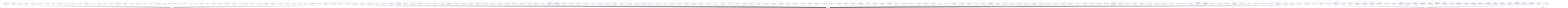
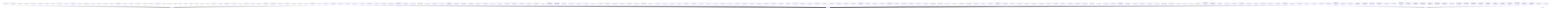
flowchart TD
  agent_active_mission_packet_90910b7ce0["agent: Active Mission Packet"] -->|documents| module_agents_703799f003["module: .agents"]
  agent_adopt_template_into_existing_project_9ddfafa2f9["agent: Adopt Template Into Existing Project"] -->|documents| module_agents_703799f003["module: .agents"]
  agent_agent_checklists_db27c98cf6["agent: Agent Checklists"] -->|documents| module_agents_703799f003["module: .agents"]
  agent_agent_hierarchy_2922333a24["agent: Agent Hierarchy"] -->|documents| module_agents_703799f003["module: .agents"]
  agent_agent_operating_system_55bf1c725a["agent: Agent Operating System"] -->|documents| module_agents_703799f003["module: .agents"]
  agent_agent_process_evals_733443a73f["agent: Agent Process Evals"] -->|documents| module_agents_703799f003["module: .agents"]
  agent_agent_reports_72c29de6c8["agent: Agent Reports"] -->|documents| module_agents_703799f003["module: .agents"]
  agent_agent_tasks_dd753616e7["agent: Agent Tasks"] -->|documents| module_agents_703799f003["module: .agents"]
  agent_anti_regression_system_c99df5ca5f["agent: Anti-Regression System"] -->|documents| module_agents_703799f003["module: .agents"]
  agent_backend_builder_67e359c884["agent: backend-builder"] -->|documents| module_agents_703799f003["module: .agents"]
  agent_capture_agent_learnings_1db5f932ee["agent: Capture Agent Learnings"] -->|documents| module_agents_703799f003["module: .agents"]
  agent_code_reviewer_c3d1ec54fa["agent: code-reviewer"] -->|documents| module_agents_703799f003["module: .agents"]
  agent_codex_power_use_workflow_e35e261319["agent: Codex Power Use Workflow"] -->|documents| module_agents_703799f003["module: .agents"]
  agent_current_focus_d7426a0788["agent: Current Focus"] -->|documents| module_agents_703799f003["module: .agents"]
  agent_db_migrations_8412462f48["agent: db-migrations"] -->|documents| module_agents_703799f003["module: .agents"]
  agent_decision_register_64471059cc["agent: Decision Register"] -->|documents| module_agents_703799f003["module: .agents"]
  agent_delivery_map_31184c63a9["agent: Delivery Map"] -->|documents| module_agents_703799f003["module: .agents"]
  agent_documentation_governance_workflow_5d42f7cf6d["agent: Documentation Governance Workflow"] -->|documents| module_agents_703799f003["module: .agents"]
  agent_execution_loop_d3a950191f["agent: Execution Loop"] -->|documents| module_agents_703799f003["module: .agents"]
  agent_frontend_builder_4877ab146a["agent: frontend-builder"] -->|documents| module_agents_703799f003["module: .agents"]
  agent_general_workspace_rules_fd70611997["agent: General Workspace Rules"] -->|documents| module_agents_703799f003["module: .agents"]
  agent_known_issues_c1bb1f627a["agent: Known Issues"] -->|documents| module_agents_703799f003["module: .agents"]
  agent_mission_control_ba3faa3760["agent: Mission Control"] -->|documents| module_agents_703799f003["module: .agents"]
  agent_module_confidence_ledger_37979932f1["agent: Module Confidence Ledger"] -->|documents| module_agents_703799f003["module: .agents"]
  agent_next_steps_de8f85e09f["agent: Next Steps"] -->|documents| module_agents_703799f003["module: .agents"]
  agent_ops_release_e460d409e0["agent: ops-release"] -->|documents| module_agents_703799f003["module: .agents"]
  agent_planner_d382717bd5["agent: planner"] -->|documents| module_agents_703799f003["module: .agents"]
  agent_procedure_21bf8ee82e["agent: Procedure"] -->|documents| module_agents_703799f003["module: .agents"]
  agent_procedure_75d06fe291["agent: Procedure"] -->|documents| module_agents_703799f003["module: .agents"]
  agent_procedure_9978f21e86["agent: Procedure"] -->|documents| module_agents_703799f003["module: .agents"]
  agent_procedure_ad2dd97170["agent: Procedure"] -->|documents| module_agents_703799f003["module: .agents"]
  agent_procedure_be70a21ee0["agent: Procedure"] -->|documents| module_agents_703799f003["module: .agents"]
  agent_procedure_f48c47c027["agent: Procedure"] -->|documents| module_agents_703799f003["module: .agents"]
  agent_product_delivery_system_fce835cd39["agent: Product Delivery System"] -->|documents| module_agents_703799f003["module: .agents"]
  agent_product_docs_5261cc5f87["agent: product-docs"] -->|documents| module_agents_703799f003["module: .agents"]
  agent_product_intake_and_decision_handshake_6d603155b8["agent: Product Intake And Decision Handshake"] -->|documents| module_agents_703799f003["module: .agents"]
  agent_project_memory_index_7835719b6a["agent: Project Memory Index"] -->|documents| module_agents_703799f003["module: .agents"]
  agent_qa_test_541adac345["agent: qa-test"] -->|documents| module_agents_703799f003["module: .agents"]
  agent_quality_attribute_scenarios_61d0ad5ccb["agent: Quality Attribute Scenarios"] -->|documents| module_agents_703799f003["module: .agents"]
  agent_quality_gates_884b22bbbc["agent: Quality Gates"] -->|documents| module_agents_703799f003["module: .agents"]
  agent_regression_log_d70c96d1c0["agent: Regression Log"] -->|documents| module_agents_703799f003["module: .agents"]
  agent_requirements_verification_matrix_e41e52ef6d["agent: Requirements Verification Matrix"] -->|documents| module_agents_703799f003["module: .agents"]
  agent_requirements_verification_system_c3130ec88a["agent: Requirements Verification System"] -->|documents| module_agents_703799f003["module: .agents"]
  agent_responsibility_lanes_4708049f99["agent: Responsibility Lanes"] -->|documents| module_agents_703799f003["module: .agents"]
  agent_responsibility_learning_ff40aac95c["agent: Responsibility Learning"] -->|documents| module_agents_703799f003["module: .agents"]
  agent_risk_register_db2f66a37d["agent: Risk Register"] -->|documents| module_agents_703799f003["module: .agents"]
  agent_security_auditor_5310513aee["agent: security-auditor"] -->|documents| module_agents_703799f003["module: .agents"]
  agent_skills_index_85edd232fa["agent: Skills Index"] -->|documents| module_agents_703799f003["module: .agents"]
  agent_subagent_orchestration_workflow_d90b97dded["agent: Subagent Orchestration Workflow"] -->|documents| module_agents_703799f003["module: .agents"]
  agent_system_health_61941ce1e0["agent: System Health"] -->|documents| module_agents_703799f003["module: .agents"]
  agent_user_collaboration_workflow_3d2112756f["agent: User Collaboration Workflow"] -->|documents| module_agents_703799f003["module: .agents"]
  agent_world_class_delivery_workflow_aca23ea4dc["agent: World-Class Delivery Workflow"] -->|documents| module_agents_703799f003["module: .agents"]
  document_01_overview_and_principles_64875f8804["document: 01 Overview and Principles"] -->|documents| module_docs_5ee73d9114["module: docs"]
  document_02_system_topology_3f239dded1["document: 02 System Topology"] -->|documents| module_docs_5ee73d9114["module: docs"]
  document_03_domain_model_5cb5bdbe43["document: 03 Domain Model"] -->|documents| module_docs_5ee73d9114["module: docs"]
  document_04_runtime_contexts_218bf82688["document: 04 Runtime Contexts"] -->|documents| module_docs_5ee73d9114["module: docs"]
  document_05_strategy_signal_and_decision_flow_7f10e0dc7a["document: 05 Strategy, Signal, and Decision Flow"] -->|documents| module_docs_5ee73d9114["module: docs"]
  document_06_execution_lifecycle_819096ac77["document: 06 Execution Lifecycle"] -->|documents| module_docs_5ee73d9114["module: docs"]
  document_07_modes_parity_and_data_3c478a8fd3["document: 07 Modes, Parity, and Data"] -->|documents| module_docs_5ee73d9114["module: docs"]
  document_08_operator_surfaces_and_routing_f862681bd3["document: 08 Operator Surfaces and Routing"] -->|documents| module_docs_5ee73d9114["module: docs"]
  document_09_integrations_deployment_and_runtime_services_065f38a548["document: 09 Integrations, Deployment, and Runtime Services"] -->|documents| module_docs_5ee73d9114["module: docs"]
  document_10_safety_entitlements_and_risk_4f433d7625["document: 10 Safety, Entitlements, and Risk"] -->|documents| module_docs_5ee73d9114["module: docs"]
  document_11_assistant_runtime_7867fd06c6["document: 11 Assistant Runtime"] -->|documents| module_docs_5ee73d9114["module: docs"]
  document_12_documentation_governance_e286f81888["document: 12 Documentation Governance"] -->|documents| module_docs_5ee73d9114["module: docs"]
  document_a11y_full_pass_closure_2026_04_17_ccfb106202["document: A11Y Full Pass Closure (2026-04-17)"] -->|documents| module_history_f00cce9db1["module: history"]
  document_accessibility_full_pass_plan_2026_04_17_bccb5341b1["document: Accessibility Full Pass Plan (2026-04-17)"] -->|documents| module_history_f00cce9db1["module: history"]
  document_admin_api_router_9337f9ffe5["document: Admin API router"] -->|documents| module_docs_5ee73d9114["module: docs"]
  document_admin_frontend_architecture_d88abff6d6["document: Admin Frontend Architecture"] -->|documents| module_docs_5ee73d9114["module: docs"]
  document_admin_root_redirect_0557fc8299["document: Admin root redirect"] -->|documents| module_docs_5ee73d9114["module: docs"]
  document_admin_subscription_plan_dto_schemas_9588be92d5["document: Admin subscription plan DTO schemas"] -->|documents| module_docs_5ee73d9114["module: docs"]
  document_admin_subscription_plans_controller_1d274a1685["document: Admin subscription plans controller"] -->|documents| module_docs_5ee73d9114["module: docs"]
  document_admin_subscription_plans_service_ee90288e32["document: Admin subscription plans service"] -->|documents| module_docs_5ee73d9114["module: docs"]
  document_admin_subscriptions_and_entitlements_audit_2026_05_19_2b0b5fe1b1["document: Admin, Subscriptions, And Entitlements Audit - 2026-05-19"] -->|documents| module_history_f00cce9db1["module: history"]
  document_admin_subscriptions_page_4d151f1d7c["document: Admin subscriptions page"] -->|documents| module_docs_5ee73d9114["module: docs"]
  document_admin_template_shell_plan_2026_04_03_4e1a74d13f["document: Admin Template Shell Plan (2026-04-03)"] -->|documents| module_history_f00cce9db1["module: history"]
  document_admin_users_controller_6004c80934["document: Admin users controller"] -->|documents| module_docs_5ee73d9114["module: docs"]
  document_admin_users_dto_schemas_2bf7b33719["document: Admin users DTO schemas"] -->|documents| module_docs_5ee73d9114["module: docs"]
  document_admin_users_page_e2902093ef["document: Admin users page"] -->|documents| module_docs_5ee73d9114["module: docs"]
  document_admin_users_service_f157bfcbfa["document: Admin users service"] -->|documents| module_docs_5ee73d9114["module: docs"]
  document_adminlayoutshell_21d505134f["document: AdminLayoutShell"] -->|documents| module_docs_5ee73d9114["module: docs"]
  document_adminsubscriptionspage_d3ed071c42["document: AdminSubscriptionsPage"] -->|documents| module_docs_5ee73d9114["module: docs"]
  document_adminuserspage_6ca2775777["document: AdminUsersPage"] -->|documents| module_docs_5ee73d9114["module: docs"]
  document_adr_000_decision_title_f9deac2164["document: ADR-000: Decision Title"] -->|documents| module_docs_5ee73d9114["module: docs"]
  document_adr_0001_agent_governance_baseline_b6167cc585["document: ADR 0001: Agent Governance Baseline"] -->|documents| module_docs_5ee73d9114["module: docs"]
  document_adr_index_9cc380abac["document: ADR Index"] -->|documents| module_docs_5ee73d9114["module: docs"]
  document_advanced_template_propagation_index_2026_05_25_535f7cf582["document: Advanced Template Propagation Index - 2026-05-25"] -->|documents| module_docs_5ee73d9114["module: docs"]
  document_agent_deployment_skill_template_reusable_prompt_contract_811ce84558["document: Agent Deployment Skill Template (Reusable Prompt Contract)"] -->|documents| module_docs_5ee73d9114["module: docs"]
  document_agent_operating_system_task_2026_05_07_64594425f6["document: Agent Operating System Task - 2026-05-07"] -->|documents| module_history_f00cce9db1["module: history"]
  document_agent_readiness_checklist_9b070f7ec3["document: Agent Readiness Checklist"] -->|documents| module_docs_5ee73d9114["module: docs"]
  document_agent_runtime_contract_20d2c9e6e9["document: Agent Runtime Contract"] -->|documents| module_docs_5ee73d9114["module: docs"]
  document_agent_setup_blueprint_md_497db3563e["document: agent-setup-blueprint.md"] -->|documents| module_docs_5ee73d9114["module: docs"]
  document_agent_system_primitives_3f54efee8e["document: Agent System Primitives"] -->|documents| module_docs_5ee73d9114["module: docs"]
  document_agent_work_map_3c853db5c0["document: Agent Work Map"] -->|documents| module_docs_5ee73d9114["module: docs"]
  document_agents_md_cryptosparrow_soar_49e527b45b["document: AGENTS.md - CryptoSparrow / Soar"] -->|documents| module_item_8c3b33c603["module: ."]
  document_ai_assistant_api_tests_b6a21f6cfe["document: AI Assistant API tests"] -->|documents| module_docs_5ee73d9114["module: docs"]
  document_ai_assistant_foundation_chain_000d294c92["document: AI Assistant foundation chain"] -->|documents| module_docs_5ee73d9114["module: docs"]
  document_ai_assistant_foundation_protocol_harness_task_866a939d44["document: AI Assistant Foundation Protocol Harness Task"] -->|documents| module_history_f00cce9db1["module: history"]
  document_ai_assistant_foundation_protocol_report_2026_05_23_42d5749f7c["document: AI Assistant Foundation Protocol Report - 2026-05-23"] -->|documents| module_history_f00cce9db1["module: history"]
  document_ai_assistant_foundation_workflow_11e43c3dd3["document: AI Assistant foundation workflow"] -->|documents| module_docs_5ee73d9114["module: docs"]
  document_ai_assistant_foundation_4191dd1012["document: AI Assistant foundation"] -->|documents| module_docs_5ee73d9114["module: docs"]
  document_ai_assistant_orchestrator_tests_d2fbcec552["document: AI Assistant orchestrator tests"] -->|documents| module_docs_5ee73d9114["module: docs"]
  document_ai_assistant_runtime_truth_audit_2026_05_19_fa9580a132["document: AI Assistant Runtime Truth Audit - 2026-05-19"] -->|documents| module_history_f00cce9db1["module: history"]
  document_ai_assistant_runtime_truth_audit_task_2026_05_19_b00f12d29c["document: AI Assistant Runtime Truth Audit Task - 2026-05-19"] -->|documents| module_history_f00cce9db1["module: history"]
  document_ai_assistant_web_tests_a7d56d999c["document: AI Assistant Web tests"] -->|documents| module_docs_5ee73d9114["module: docs"]
  document_ai_integration_product_documentation_41b9d1659d["document: AI integration product documentation"] -->|documents| module_docs_5ee73d9114["module: docs"]
  document_ai_integration_91c883f2a7["document: AI Integration"] -->|documents| module_docs_5ee73d9114["module: docs"]
  document_ai_protocol_harness_e9dac47515["document: AI protocol harness"] -->|documents| module_docs_5ee73d9114["module: docs"]
  document_ai_red_team_agent_eeb437098c["document: AI Red Team agent"] -->|documents| module_docs_5ee73d9114["module: docs"]
  document_ai_red_team_prompt_09558ed39e["document: AI Red Team prompt"] -->|documents| module_docs_5ee73d9114["module: docs"]
  document_ai_testing_protocol_68ee6072b3["document: AI testing protocol"] -->|documents| module_docs_5ee73d9114["module: docs"]
  document_ai_testing_protocol_c9d4ef1d3f["document: AI Testing Protocol"] -->|documents| module_item_8c3b33c603["module: ."]
  document_analysis_documentation_68113e4585["document: Analysis Documentation"] -->|documents| module_docs_5ee73d9114["module: docs"]
  document_api_admin_module_documentation_ce43456809["document: API admin module documentation"] -->|documents| module_docs_5ee73d9114["module: docs"]
  document_api_auth_cookie_tests_702c4ceee1["document: API auth cookie tests"] -->|documents| module_docs_5ee73d9114["module: docs"]
  document_api_auth_error_tests_3e7c29bf9c["document: API auth error tests"] -->|documents| module_docs_5ee73d9114["module: docs"]
  document_api_auth_jwt_tests_15be9e7668["document: API auth JWT tests"] -->|documents| module_docs_5ee73d9114["module: docs"]
  document_api_auth_module_doc_ab36b4b63f["document: API auth module doc"] -->|documents| module_docs_5ee73d9114["module: docs"]
  document_api_auth_service_tests_de6e993dc7["document: API auth service tests"] -->|documents| module_docs_5ee73d9114["module: docs"]
  document_api_auth_session_tests_e80adfa7f0["document: API auth session tests"] -->|documents| module_docs_5ee73d9114["module: docs"]
  document_api_backtests_module_documentation_be07ae0492["document: API backtests module documentation"] -->|documents| module_docs_5ee73d9114["module: docs"]
  document_api_bots_module_doc_c9b394c198["document: API bots module doc"] -->|documents| module_docs_5ee73d9114["module: docs"]
  document_api_config_safety_tests_1e7967010a["document: API config safety tests"] -->|documents| module_docs_5ee73d9114["module: docs"]
  document_api_deep_dive_admin_module_9d48a83d1e["document: API Deep-Dive: Admin Module"] -->|documents| module_docs_5ee73d9114["module: docs"]
  document_api_deep_dive_auth_module_9b6f76d897["document: API Deep-Dive: Auth Module"] -->|documents| module_docs_5ee73d9114["module: docs"]
  document_api_deep_dive_backtests_module_0a87980ceb["document: API Deep-Dive: Backtests Module"] -->|documents| module_docs_5ee73d9114["module: docs"]
  document_api_deep_dive_bots_module_db18a1a6ac["document: API Deep-Dive: Bots Module"] -->|documents| module_docs_5ee73d9114["module: docs"]
  document_api_deep_dive_engine_module_044d216990["document: API Deep-Dive: Engine Module"] -->|documents| module_docs_5ee73d9114["module: docs"]
  document_api_deep_dive_exchange_module_04666f128a["document: API Deep-Dive: Exchange Module"] -->|documents| module_docs_5ee73d9114["module: docs"]
  document_api_deep_dive_icons_module_8f1b79587e["document: API Deep-Dive: Icons Module"] -->|documents| module_docs_5ee73d9114["module: docs"]
  document_api_deep_dive_isolation_contract_module_d016e353ac["document: API Deep-Dive: Isolation Contract Module"] -->|documents| module_docs_5ee73d9114["module: docs"]
  document_api_deep_dive_logs_module_e56b4bd4db["document: API Deep-Dive: Logs Module"] -->|documents| module_docs_5ee73d9114["module: docs"]
  document_api_deep_dive_market_data_module_94e45c9396["document: API Deep-Dive: Market-Data Module"] -->|documents| module_docs_5ee73d9114["module: docs"]
  document_api_deep_dive_market_stream_module_73206e9c51["document: API Deep-Dive: Market-Stream Module"] -->|documents| module_docs_5ee73d9114["module: docs"]
  document_api_deep_dive_markets_module_c081c4a6d0["document: API Deep-Dive: Markets Module"] -->|documents| module_docs_5ee73d9114["module: docs"]
  document_api_deep_dive_orders_module_fa839633c3["document: API Deep-Dive: Orders Module"] -->|documents| module_docs_5ee73d9114["module: docs"]
  document_api_deep_dive_pagination_standards_module_7390d98499["document: API Deep-Dive: Pagination Standards Module"] -->|documents| module_docs_5ee73d9114["module: docs"]
  document_api_deep_dive_positions_module_584bc5547b["document: API Deep-Dive: Positions Module"] -->|documents| module_docs_5ee73d9114["module: docs"]
  document_api_deep_dive_profile_module_fe29e29088["document: API Deep-Dive: Profile Module"] -->|documents| module_docs_5ee73d9114["module: docs"]
  document_api_deep_dive_reports_module_f225b792c8["document: API Deep-Dive: Reports Module"] -->|documents| module_docs_5ee73d9114["module: docs"]
  document_api_deep_dive_root_and_operations_routes_9fa51581f3["document: API Deep-Dive: Root And Operations Routes"] -->|documents| module_docs_5ee73d9114["module: docs"]
  document_api_deep_dive_strategies_module_0ca404edf7["document: API Deep-Dive: Strategies Module"] -->|documents| module_docs_5ee73d9114["module: docs"]
  document_api_deep_dive_subscriptions_module_d31bd221bb["document: API Deep-Dive: Subscriptions Module"] -->|documents| module_docs_5ee73d9114["module: docs"]
  document_api_deep_dive_upload_module_beae624f46["document: API Deep-Dive: Upload Module"] -->|documents| module_docs_5ee73d9114["module: docs"]
  document_api_deep_dive_users_module_be6d7d3c99["document: API Deep-Dive: Users Module"] -->|documents| module_docs_5ee73d9114["module: docs"]
  document_api_deep_dive_wallets_module_d88f471f99["document: API Deep-Dive: Wallets Module"] -->|documents| module_docs_5ee73d9114["module: docs"]
  document_api_endpoint_docs_parity_2026_05_19_fe7e794b06["document: API Endpoint Docs Parity - 2026-05-19"] -->|documents| module_history_f00cce9db1["module: history"]
  document_api_endpoint_docs_parity_2026_05_20_269df026d1["document: API Endpoint Docs Parity - 2026-05-20"] -->|documents| module_history_f00cce9db1["module: history"]
  document_api_endpoint_docs_parity_2026_05_26_e56117b17a["document: API Endpoint Docs Parity - 2026-05-26"] -->|documents| module_docs_5ee73d9114["module: docs"]
+   document_api_endpoint_docs_parity_2026_05_27_0f6898f37e["document: API Endpoint Docs Parity - 2026-05-27"] -->|documents| module_docs_5ee73d9114["module: docs"]
  document_api_env_library_26d813782d["document: API env library"] -->|documents| module_docs_5ee73d9114["module: docs"]
  document_api_errors_library_2d07b2b7c4["document: API errors library"] -->|documents| module_docs_5ee73d9114["module: docs"]
  document_api_icons_module_documentation_2d7983711c["document: API icons module documentation"] -->|documents| module_docs_5ee73d9114["module: docs"]
  document_api_infrastructure_residual_tests_db594a6964["document: API infrastructure residual tests"] -->|documents| module_docs_5ee73d9114["module: docs"]
  document_api_key_lifecycle_policy_v1_88fbe77dcb["document: API Key Lifecycle Policy (V1)"] -->|documents| module_docs_5ee73d9114["module: docs"]
  document_api_logger_library_de2b4dbb76["document: API logger library"] -->|documents| module_docs_5ee73d9114["module: docs"]
  document_api_logs_module_documentation_9ac307b9ee["document: API logs module documentation"] -->|documents| module_docs_5ee73d9114["module: docs"]
  document_api_market_stream_module_documentation_cccad9b251["document: API market stream module documentation"] -->|documents| module_docs_5ee73d9114["module: docs"]
  document_api_markets_module_documentation_c9ded67797["document: API markets module documentation"] -->|documents| module_docs_5ee73d9114["module: docs"]
  document_api_middleware_safety_tests_7503e25d20["document: API middleware safety tests"] -->|documents| module_docs_5ee73d9114["module: docs"]
  document_api_orders_module_doc_f96a563b32["document: API orders module doc"] -->|documents| module_docs_5ee73d9114["module: docs"]
  document_api_package_manifest_d273c14ec6["document: API package manifest"] -->|documents| module_docs_5ee73d9114["module: docs"]
  document_api_platform_safety_chain_097f1cab75["document: API platform safety chain"] -->|documents| module_docs_5ee73d9114["module: docs"]
  document_api_platform_safety_feature_0c91422997["document: API platform safety feature"] -->|documents| module_docs_5ee73d9114["module: docs"]
  document_api_platform_safety_tests_a214783a09["document: API platform safety tests"] -->|documents| module_docs_5ee73d9114["module: docs"]
  document_api_platform_safety_workflow_4926fd324c["document: API platform safety workflow"] -->|documents| module_docs_5ee73d9114["module: docs"]
  document_api_positions_module_doc_e56119bc14["document: API positions module doc"] -->|documents| module_docs_5ee73d9114["module: docs"]
  document_api_profile_module_documentation_5f887fed27["document: API profile module documentation"] -->|documents| module_docs_5ee73d9114["module: docs"]
  document_api_reports_module_documentation_6e489654d8["document: API reports module documentation"] -->|documents| module_docs_5ee73d9114["module: docs"]
  document_api_residual_evidence_tests_a9bb803146["document: API residual evidence tests"] -->|documents| module_docs_5ee73d9114["module: docs"]
  document_api_root_module_documentation_350910f2f2["document: API root module documentation"] -->|documents| module_docs_5ee73d9114["module: docs"]
  document_api_root_router_43e591bff1["document: API root router"] -->|documents| module_docs_5ee73d9114["module: docs"]
  document_api_shared_library_tests_7b66e559dc["document: API shared library tests"] -->|documents| module_docs_5ee73d9114["module: docs"]
  document_api_strategies_module_documentation_011ee42d6d["document: API strategies module documentation"] -->|documents| module_docs_5ee73d9114["module: docs"]
  document_api_subscriptions_module_documentation_58328c99d2["document: API subscriptions module documentation"] -->|documents| module_docs_5ee73d9114["module: docs"]
  document_api_support_routes_aggregate_tests_16a29191ad["document: API support routes aggregate tests"] -->|documents| module_docs_5ee73d9114["module: docs"]
  document_api_support_routes_chain_92cafa25cc["document: API support routes chain"] -->|documents| module_docs_5ee73d9114["module: docs"]
  document_api_support_routes_feature_190408265d["document: API support routes feature"] -->|documents| module_docs_5ee73d9114["module: docs"]
  document_api_support_routes_workflow_ab7fccdc88["document: API support routes workflow"] -->|documents| module_docs_5ee73d9114["module: docs"]
  document_api_symbols_library_0228efdd66["document: API symbols library"] -->|documents| module_docs_5ee73d9114["module: docs"]
  document_api_upload_module_documentation_c40df9bb1c["document: API upload module documentation"] -->|documents| module_docs_5ee73d9114["module: docs"]
  document_api_wallets_module_documentation_d1d7af2a4c["document: API wallets module documentation"] -->|documents| module_docs_5ee73d9114["module: docs"]
  document_apikey_model_e37cbd7386["document: ApiKey model"] -->|documents| module_docs_5ee73d9114["module: docs"]
  document_apikeyform_4b9c8b0a95["document: ApiKeyForm"] -->|documents| module_docs_5ee73d9114["module: docs"]
  document_apikeyslist_a2fd41a1e0["document: ApiKeysList"] -->|documents| module_docs_5ee73d9114["module: docs"]
  document_app_creation_playbook_7c9b45b44e["document: App Creation Playbook"] -->|documents| module_docs_5ee73d9114["module: docs"]
  document_app_shell_template_split_contract_public_dashboard_admin_67e261ff67["document: App-Shell Template Split Contract (Public / Dashboard / Admin)"] -->|documents| module_docs_5ee73d9114["module: docs"]
  document_application_completion_audit_task_contract_template_a126c22dc0["document: Application Completion Audit Task Contract Template"] -->|documents| module_docs_5ee73d9114["module: docs"]
  document_approval_aware_agent_command_flow_09ea594917["document: Approval-Aware Agent Command Flow"] -->|documents| module_docs_5ee73d9114["module: docs"]
  document_arch_graph_ai_assistant_foundation_backfill_2026_05_24_43e24149ac["document: ARCH-GRAPH-AI-ASSISTANT-FOUNDATION-BACKFILL-2026-05-24"] -->|documents| module_history_f00cce9db1["module: history"]
  document_arch_graph_drift_detection_2026_05_24_3144e072c0["document: ARCH-GRAPH-DRIFT-DETECTION-2026-05-24"] -->|documents| module_history_f00cce9db1["module: history"]
  document_arch_graph_logs_audit_backfill_2026_05_24_f464b93163["document: ARCH-GRAPH-LOGS-AUDIT-BACKFILL-2026-05-24"] -->|documents| module_history_f00cce9db1["module: history"]
  document_arch_graph_ops_config_pipeline_backfill_2026_05_24_926ca033c0["document: ARCH-GRAPH-OPS-CONFIG-PIPELINE-BACKFILL-2026-05-24"] -->|documents| module_history_f00cce9db1["module: history"]
  document_arch_graph_reports_backfill_2026_05_24_1c288cd285["document: ARCH-GRAPH-REPORTS-BACKFILL-2026-05-24"] -->|documents| module_history_f00cce9db1["module: history"]
  document_arch_graph_subscriptions_admin_backfill_2026_05_24_1d93abaf75["document: ARCH-GRAPH-SUBSCRIPTIONS-ADMIN-BACKFILL-2026-05-24"] -->|documents| module_history_f00cce9db1["module: history"]
  document_architecture_archive_d77f4217fc["document: Architecture Archive"] -->|documents| module_docs_5ee73d9114["module: docs"]
  document_architecture_awareness_report_1f363fc1b4["document: Architecture Awareness Report"] -->|documents| module_docs_5ee73d9114["module: docs"]
  document_architecture_code_discrepancy_audit_2026_05_17_7c605271ff["document: Architecture-Code Discrepancy Audit - 2026-05-17"] -->|documents| module_history_f00cce9db1["module: history"]
  document_architecture_code_runtime_audit_task_b35d23b4f3["document: Architecture-Code Runtime Audit Task"] -->|documents| module_history_f00cce9db1["module: history"]
  document_architecture_conformance_remediation_plan_2026_04_21_089ca9829d["document: Architecture Conformance Remediation Plan (2026-04-21)"] -->|documents| module_history_f00cce9db1["module: history"]
  document_architecture_contract_documentation_index_1346c06dcf["document: Architecture contract documentation index"] -->|documents| module_docs_5ee73d9114["module: docs"]
  document_architecture_documentation_for_soar_24da765451["document: Architecture Documentation for Soar"] -->|documents| module_docs_5ee73d9114["module: docs"]
  document_architecture_documentation_300855ab59["document: Architecture Documentation"] -->|documents| module_docs_5ee73d9114["module: docs"]
  document_architecture_evidence_graph_system_doc_307b42fc34["document: Architecture evidence graph system doc"] -->|documents| module_docs_5ee73d9114["module: docs"]
  document_architecture_evidence_graph_system_0f06f79f42["document: Architecture Evidence Graph System"] -->|documents| module_docs_5ee73d9114["module: docs"]
  document_architecture_evidence_graph_system_2250e87d98["document: Architecture evidence graph system"] -->|documents| module_docs_5ee73d9114["module: docs"]
  document_architecture_exchange_scope_wording_audit_2026_05_19_6c08c689cf["document: Architecture Exchange Scope Wording Audit - 2026-05-19"] -->|documents| module_history_f00cce9db1["module: history"]
  document_architecture_exchange_scope_wording_audit_task_2026_05_19_0dcd6a6f51["document: Architecture Exchange Scope Wording Audit Task - 2026-05-19"] -->|documents| module_history_f00cce9db1["module: history"]
  document_architecture_governance_documentation_index_fc1d3a5192["document: Architecture governance documentation index"] -->|documents| module_docs_5ee73d9114["module: docs"]
  document_architecture_graph_auth_session_deep_backfill_2026_05_24_55578d4145["document: Architecture Graph Auth Session Deep Backfill - 2026-05-24"] -->|documents| module_history_f00cce9db1["module: history"]
  document_architecture_graph_backtests_backfill_2026_05_24_d7e6725496["document: Architecture Graph Backtests Backfill - 2026-05-24"] -->|documents| module_history_f00cce9db1["module: history"]
  document_architecture_graph_drift_audit_f81928207f["document: Architecture Graph Drift Audit"] -->|documents| module_docs_5ee73d9114["module: docs"]
  document_architecture_graph_full_drift_closure_2026_05_24_339546f705["document: Architecture Graph Full Drift Closure - 2026-05-24"] -->|documents| module_history_f00cce9db1["module: history"]
  document_architecture_graph_generator_check_142d417c21["document: Architecture graph generator check"] -->|documents| module_docs_5ee73d9114["module: docs"]
  document_architecture_graph_markets_backfill_2026_05_24_9011b87333["document: Architecture Graph Markets Backfill - 2026-05-24"] -->|documents| module_history_f00cce9db1["module: history"]
  document_architecture_graph_strategies_backfill_2026_05_24_d17c7eb4d7["document: Architecture Graph Strategies Backfill - 2026-05-24"] -->|documents| module_history_f00cce9db1["module: history"]
  document_architecture_graph_web_runtime_surfaces_backfill_2026_05_24_97eb4b8411["document: Architecture Graph Web Runtime Surfaces Backfill - 2026-05-24"] -->|documents| module_history_f00cce9db1["module: history"]
  document_architecture_graph_4bb8c1b7bb["document: Architecture Graph"] -->|documents| module_docs_5ee73d9114["module: docs"]
  document_architecture_maintainability_audit_2026_04_18_8a1e0ac305["document: Architecture Maintainability Audit (2026-04-18)"] -->|documents| module_history_f00cce9db1["module: history"]
  document_architecture_maintainability_closure_snapshot_2026_04_19_0f30252e02["document: Architecture Maintainability Closure Snapshot (2026-04-19)"] -->|documents| module_history_f00cce9db1["module: history"]
  document_architecture_map_status_44660bb25a["document: Architecture Map Status"] -->|documents| module_docs_5ee73d9114["module: docs"]
-   document_architecture_map_47c09cce34["document: Architecture Map"] -->|documents| module_docs_5ee73d9114["module: docs"]
